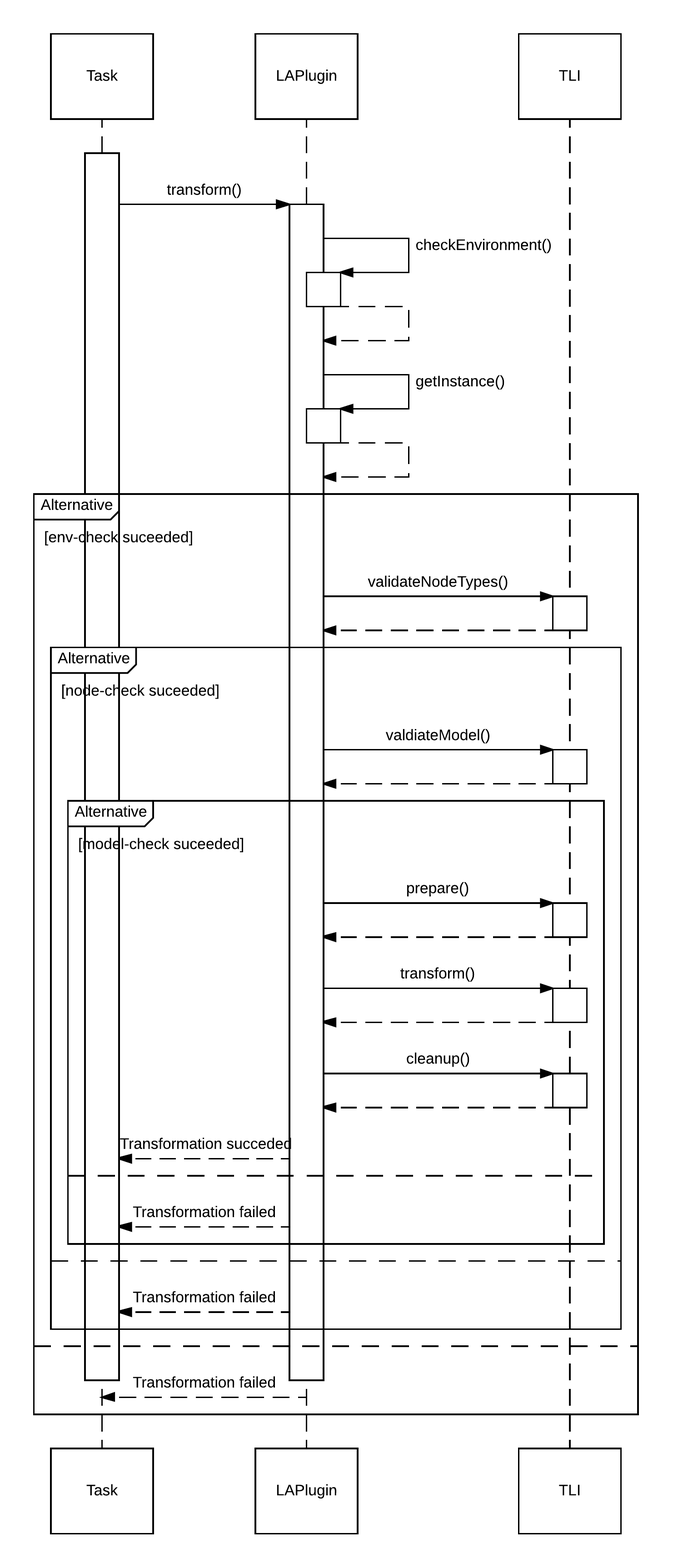
Earlier version of the PlantUML export docs/dev/plugins/transformation-lifecycle/diagrams/seperate-validation-sequence-diagram.png (StuPro-TOSCAna/TOSCAna). Its source is kept beside it as docs/dev/plugins/transformation-lifecycle/diagrams/seperate-validation-sequence-diagram.wsd. Source of this version:
```plantuml
@startuml

activate Task
Task -> LAPlugin: transform()
activate LAPlugin

LAPlugin -> LAPlugin: checkEnvironment()
activate LAPlugin
LAPlugin --> LAPlugin
deactivate LAPlugin

LAPlugin -> LAPlugin: getInstance()
activate LAPlugin
LAPlugin --> LAPlugin
deactivate LAPlugin

alt env-check suceeded
    LAPlugin -> TLI: validateNodeTypes()
    activate TLI
    TLI --> LAPlugin
    deactivate TLI

    alt node-check suceeded
    	LAPlugin -> TLI: valdiateModel()
    	activate TLI
    	TLI --> LAPlugin
    	deactivate TLI

    	alt model-check suceeded
    		LAPlugin -> TLI: prepare()
    		activate TLI
    		TLI --> LAPlugin
    		deactivate TLI

    		LAPlugin -> TLI: transform()
    		activate TLI
    		TLI --> LAPlugin
    		deactivate TLI

    		LAPlugin -> TLI: cleanup()
    		activate TLI
    		TLI --> LAPlugin
    		deactivate TLI

    		LAPlugin --> Task: Transformation succeded
    	else
    		LAPlugin --> Task: Transformation failed
    	end
    else
    	LAPlugin --> Task: Transformation failed
    end
else
    LAPlugin --> Task: Transformation failed
    deactivate LAPlugin
    deactivate Task
end

@enduml
```
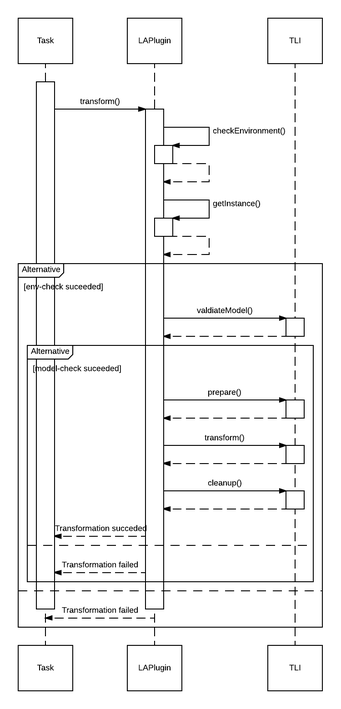
The same diagram one commit later.

What changed in the source:
```diff
@@ -15,40 +15,31 @@
 deactivate LAPlugin
 
 alt env-check suceeded
-    LAPlugin -> TLI: validateNodeTypes()
+    LAPlugin -> TLI: valdiateModel()
     activate TLI
     TLI --> LAPlugin
     deactivate TLI
 
-    alt node-check suceeded
-    	LAPlugin -> TLI: valdiateModel()
+    alt model-check suceeded
+    	LAPlugin -> TLI: prepare()
     	activate TLI
     	TLI --> LAPlugin
     	deactivate TLI
 
-    	alt model-check suceeded
-    		LAPlugin -> TLI: prepare()
-    		activate TLI
-    		TLI --> LAPlugin
-    		deactivate TLI
+    	LAPlugin -> TLI: transform()
+    	activate TLI
+    	TLI --> LAPlugin
+    	deactivate TLI
 
-    		LAPlugin -> TLI: transform()
-    		activate TLI
-    		TLI --> LAPlugin
-    		deactivate TLI
+    	LAPlugin -> TLI: cleanup()
+    	activate TLI
+    	TLI --> LAPlugin
+    	deactivate TLI
 
-    		LAPlugin -> TLI: cleanup()
-    		activate TLI
-    		TLI --> LAPlugin
-    		deactivate TLI
-
-    		LAPlugin --> Task: Transformation succeded
+    	LAPlugin --> Task: Transformation succeded
     	else
     		LAPlugin --> Task: Transformation failed
     	end
-    else
-    	LAPlugin --> Task: Transformation failed
-    end
 else
     LAPlugin --> Task: Transformation failed
     deactivate LAPlugin
```
